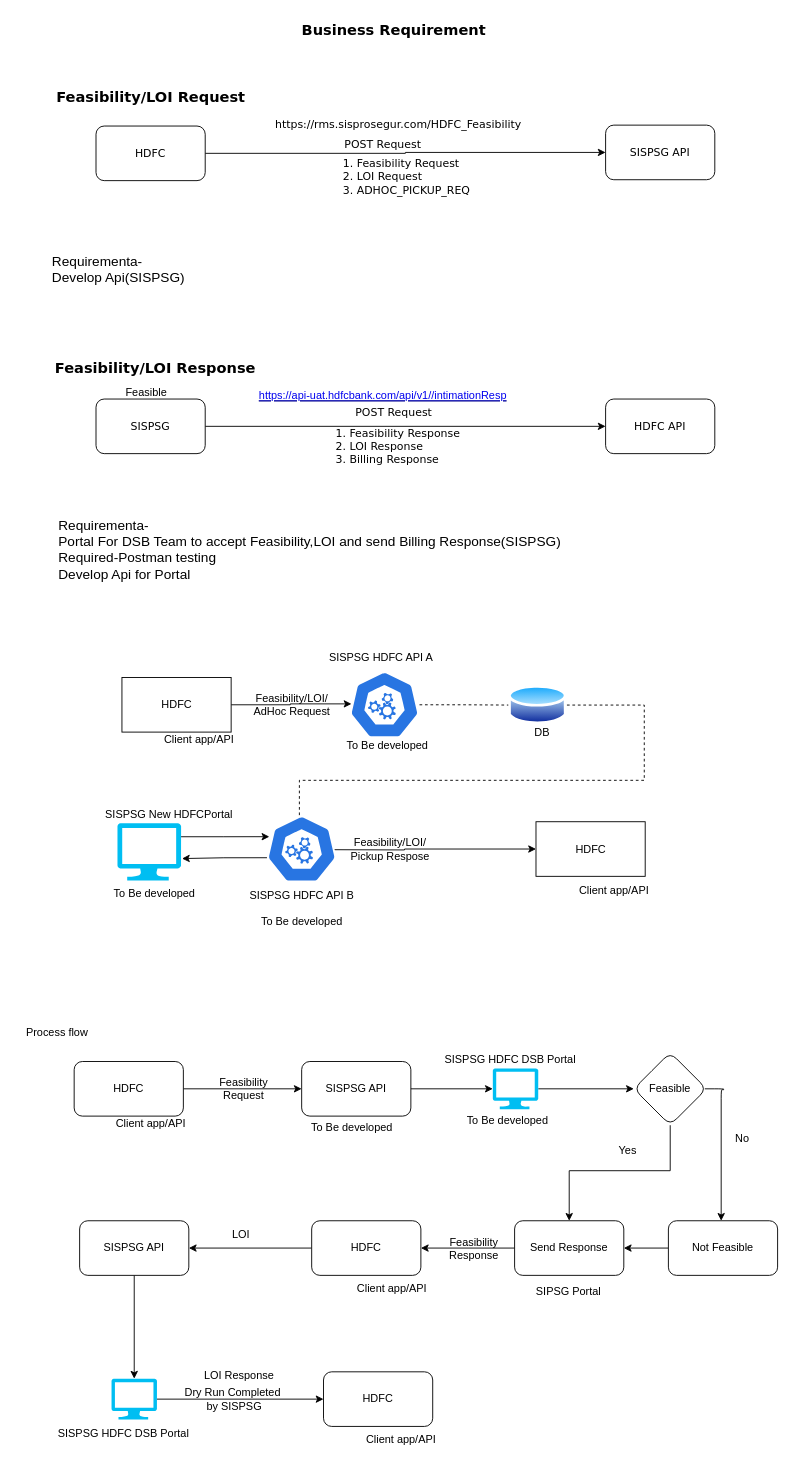
Earlier version of the draw.io diagram Hdfc.drawio (ubermachine/Drawio). Source tidied: cells renumbered, new cells numbered last; positions are measured from the earlier drawing's top-left corner, leaving out a move shared by most shapes. Both pictures are drawn from the tidied source at 91%, with x=0, y=0 at pixel (15, 15).
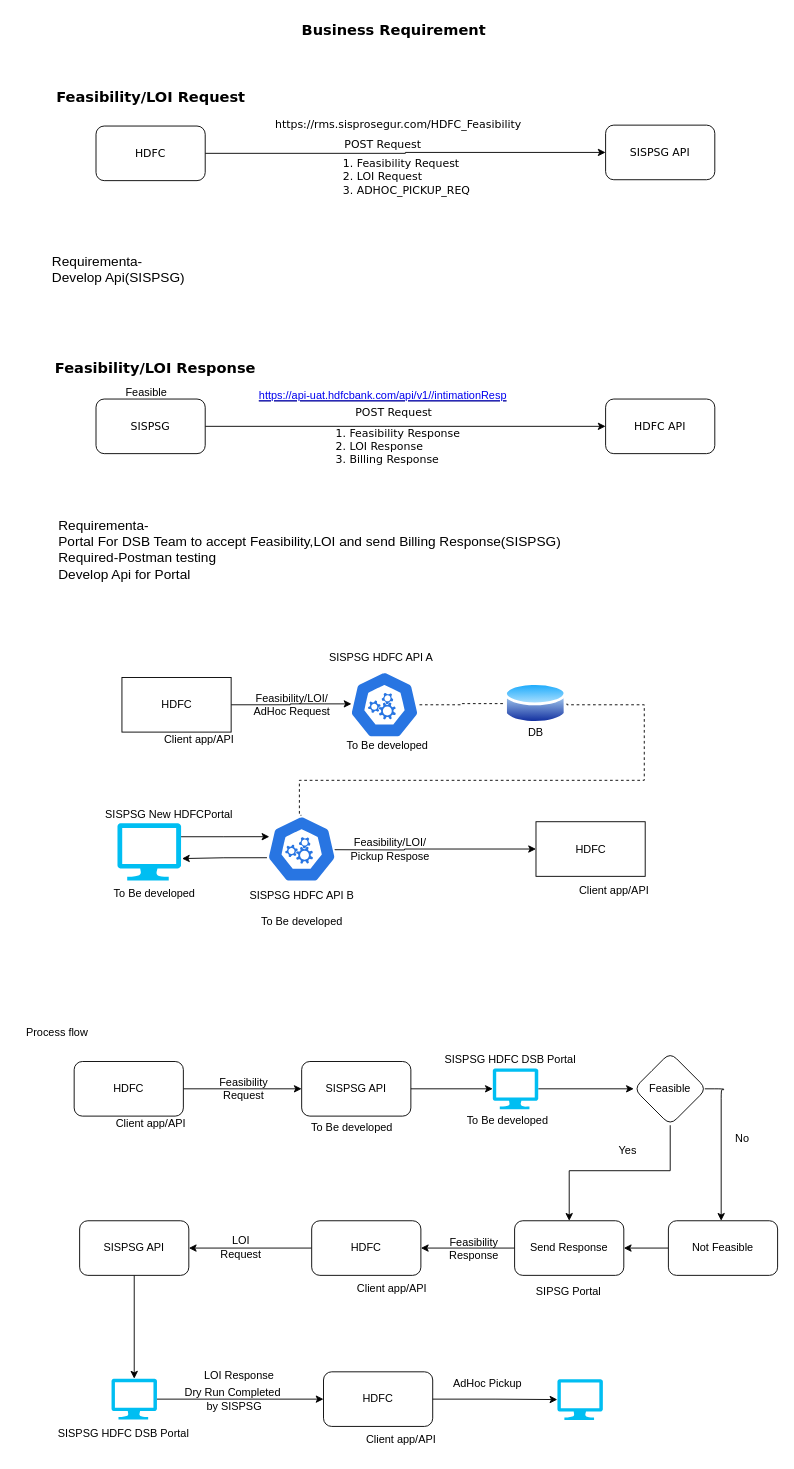
After the change.

The change refers to these unchanged cells:
```xml
<mxCell id="67" value="HDFC " style="whiteSpace=wrap;html=1;rounded=1;" parent="1" vertex="1">
  <mxGeometry x="338" y="1490" width="120" height="60" as="geometry" />
</mxCell>
```

Diff of the diagram source:
```diff
@@
     <mxCell id="28" style="image;perimeter=ellipsePerimeter;html=1;align=center;shadow=0;dashed=0;spacingTop=3;image=img/lib/active_directory/database.svg;" parent="1" vertex="1">
-      <mxGeometry x="541.5" y="733.6" width="64" height="47.4" as="geometry" />
+      <mxGeometry x="537" y="730.3" width="68.5" height="50.7" as="geometry" />
     </mxCell>
     <mxCell id="29" value="DB" style="text;html=1;align=center;verticalAlign=middle;strokeColor=none;fillColor=none;" parent="1" vertex="1">
-      <mxGeometry x="557.5" y="773" width="40" height="30" as="geometry" />
+      <mxGeometry x="551.2" y="773" width="40" height="30" as="geometry" />
     </mxCell>
@@
-    <mxCell id="66" value="LOI" style="text;html=1;align=center;verticalAlign=middle;strokeColor=none;fillColor=none;" parent="1" vertex="1">
-      <mxGeometry x="227" y="1324" width="40" height="30" as="geometry" />
+    <mxCell id="66" value="&lt;div&gt;LOI &lt;br&gt;&lt;/div&gt;&lt;div&gt;Request&lt;br&gt;&lt;/div&gt;" style="text;html=1;align=center;verticalAlign=middle;strokeColor=none;fillColor=none;" parent="1" vertex="1">
+      <mxGeometry x="212" y="1333" width="70" height="40" as="geometry" />
     </mxCell>
@@
+    <mxCell id="79" style="verticalLabelPosition=bottom;html=1;verticalAlign=top;align=center;strokeColor=none;fillColor=#00BEF2;shape=mxgraph.azure.computer;" parent="1" vertex="1">
+      <mxGeometry x="595" y="1498" width="50" height="45" as="geometry" />
+    </mxCell>
+    <mxCell id="80" style="edgeStyle=orthogonalEdgeStyle;rounded=0;jettySize=auto;html=1;exitX=1;exitY=0.5;exitDx=0;exitDy=0;entryX=0;entryY=0.5;entryDx=0;entryDy=0;entryPerimeter=0;" parent="1" edge="1" source="67" target="79">
+      <mxGeometry relative="1" as="geometry" />
+    </mxCell>
+    <mxCell id="81" value="AdHoc Pickup" style="text;html=1;align=center;verticalAlign=middle;strokeColor=none;fillColor=none;" parent="1" vertex="1">
+      <mxGeometry x="468" y="1488" width="100" height="30" as="geometry" />
+    </mxCell>
```
